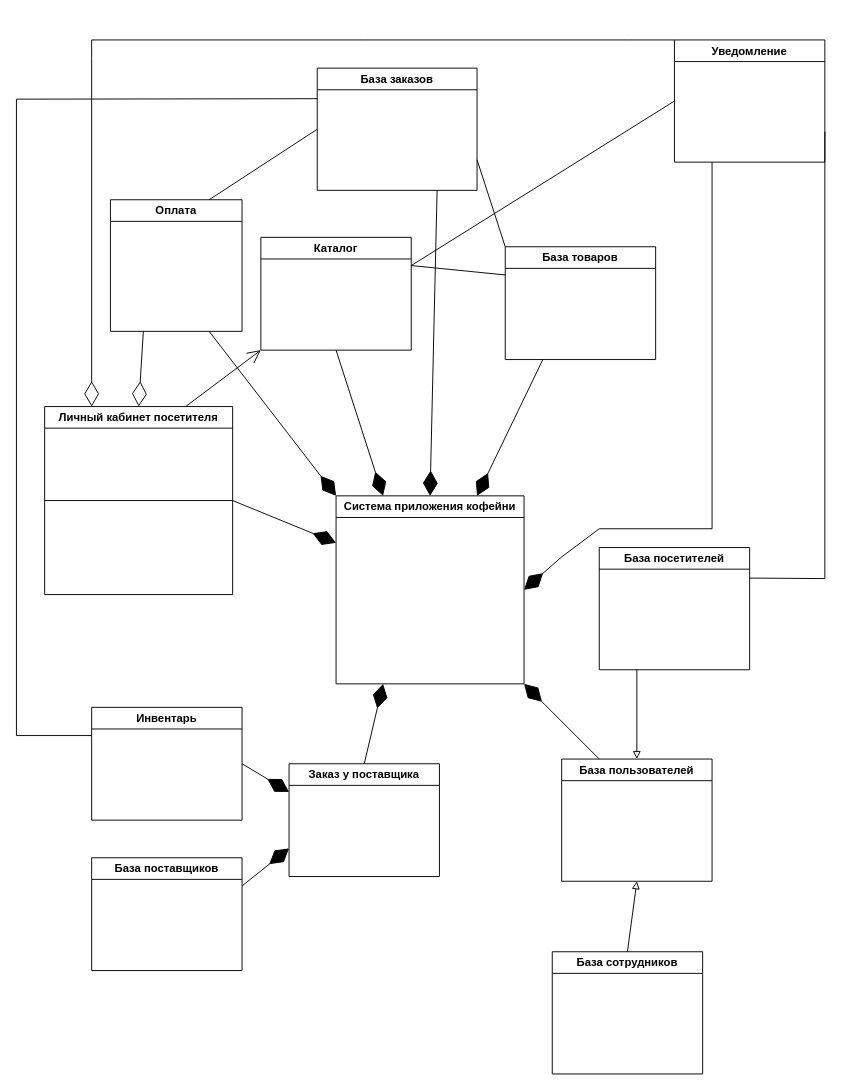
Earlier version of the draw.io diagram AKMS_5.drawio (mopsin666/AKMS). Source tidied: cells renumbered, new cells numbered last; positions are measured from the earlier drawing's top-left corner, leaving out a move shared by most shapes. Both pictures are drawn from the tidied source at 94%, with x=0, y=0 at pixel (16, 39).
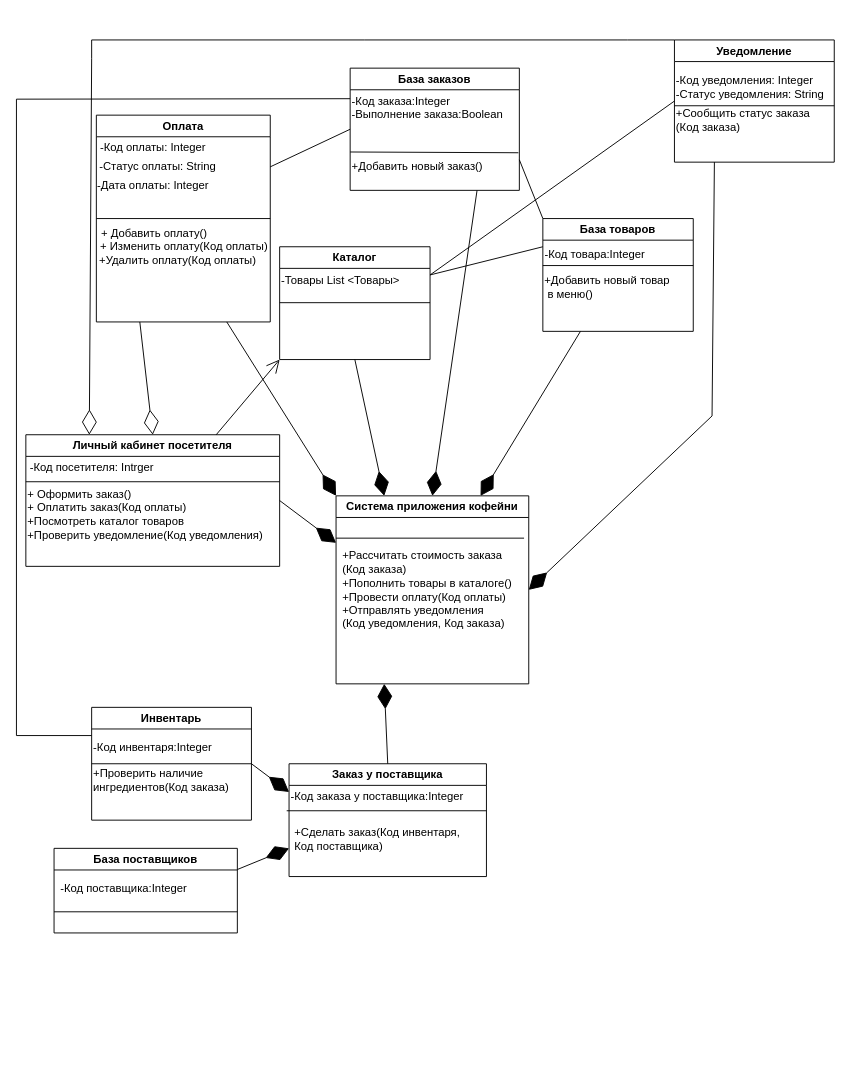
After the change.

What changed in the source:
```diff
@@
     <mxCell id="2" value="Личный кабинет посетителя" style="swimlane;whiteSpace=wrap;html=1;" parent="1" vertex="1">
-      <mxGeometry x="30" y="390" width="200" height="200" as="geometry" />
+      <mxGeometry x="10" y="420" width="270" height="140" as="geometry" />
     </mxCell>
-    <mxCell id="3" style="endArrow=none;html=1;rounded=0;entryX=0;entryY=0.5;entryDx=0;entryDy=0;exitX=1;exitY=0.5;exitDx=0;exitDy=0;" parent="1" edge="1" source="2" target="2">
-      <mxGeometry relative="1" as="geometry" />
+    <mxCell id="3" style="endArrow=none;html=1;rounded=0;entryX=0;entryY=0.5;entryDx=0;entryDy=0;" parent="2" edge="1">
+      <mxGeometry relative="1" as="geometry">
+        <mxPoint x="270" y="50" as="sourcePoint" />
+        <mxPoint y="50" as="targetPoint" />
+      </mxGeometry>
     </mxCell>
+    <mxCell id="37" value="-Код посетителя: Intrger" style="text;html=1;align=center;verticalAlign=middle;strokeColor=none;fillColor=none;" parent="2" vertex="1">
+      <mxGeometry x="-10" y="20" width="160" height="30" as="geometry" />
+    </mxCell>
+    <mxCell id="38" value="+ Оформить заказ()&amp;nbsp; &amp;nbsp; &amp;nbsp; &amp;nbsp; &amp;nbsp; &amp;nbsp; &amp;nbsp; &amp;nbsp; &amp;nbsp;&lt;div&gt;+ Оплатить заказ(Код оплаты)&lt;/div&gt;&lt;div style=&quot;&quot;&gt;+Посмотреть каталог товаров&lt;/div&gt;&lt;div style=&quot;&quot;&gt;+Проверить уведомление(Код уведомления)&lt;/div&gt;" style="text;html=1;align=left;verticalAlign=middle;strokeColor=none;fillColor=none;" parent="2" vertex="1">
+      <mxGeometry y="50" width="270" height="70" as="geometry" />
+    </mxCell>
     <mxCell id="4" value="Оплата" style="swimlane;whiteSpace=wrap;html=1;" parent="1" vertex="1">
-      <mxGeometry x="100" y="170" width="140" height="140" as="geometry" />
+      <mxGeometry x="85" y="80" width="185" height="220" as="geometry" />
     </mxCell>
+    <mxCell id="39" value="-Код оплаты: Integer" style="text;html=1;align=center;verticalAlign=middle;strokeColor=none;fillColor=none;" parent="4" vertex="1">
+      <mxGeometry x="-10" y="20" width="140" height="30" as="geometry" />
+    </mxCell>
+    <mxCell id="40" value="-Статус оплаты: String" style="text;html=1;align=center;verticalAlign=middle;strokeColor=none;fillColor=none;" parent="4" vertex="1">
+      <mxGeometry x="-10" y="40" width="150" height="30" as="geometry" />
+    </mxCell>
+    <mxCell id="41" value="-Дата оплаты: Integer" style="text;html=1;align=center;verticalAlign=middle;strokeColor=none;fillColor=none;" parent="4" vertex="1">
+      <mxGeometry x="-10" y="60" width="140" height="30" as="geometry" />
+    </mxCell>
+    <mxCell id="42" value="+ Добавить оплату()&amp;nbsp; &amp;nbsp; &amp;nbsp; &amp;nbsp; &amp;nbsp; &amp;nbsp; &amp;nbsp; &amp;nbsp; &amp;nbsp; &amp;nbsp;&lt;div&gt;+ Изменить оплату(Код оплаты)&lt;/div&gt;&lt;div&gt;+Удалить оплату(Код оплаты)&amp;nbsp; &amp;nbsp;&amp;nbsp;&lt;/div&gt;" style="text;html=1;align=center;verticalAlign=middle;strokeColor=none;fillColor=none;" parent="4" vertex="1">
+      <mxGeometry x="-7.5" y="110" width="200" height="60" as="geometry" />
+    </mxCell>
     <mxCell id="5" value="База заказов" style="swimlane;whiteSpace=wrap;html=1;" parent="1" vertex="1">
-      <mxGeometry x="320" y="30" width="170" height="130" as="geometry" />
+      <mxGeometry x="355" y="30" width="180" height="130" as="geometry" />
     </mxCell>
-    <mxCell id="6" value="База посетителей" style="swimlane;whiteSpace=wrap;html=1;" parent="1" vertex="1">
-      <mxGeometry x="620" y="540" width="160" height="130" as="geometry" />
-    </mxCell>
-    <mxCell id="7" value="База сотрудников" style="swimlane;whiteSpace=wrap;html=1;" parent="1" vertex="1">
-      <mxGeometry x="570" y="970" width="160" height="130" as="geometry" />
-    </mxCell>
+    <mxCell id="43" style="endArrow=none;html=1;rounded=0;entryX=0;entryY=0.5;entryDx=0;entryDy=0;" parent="5" edge="1">
+      <mxGeometry relative="1" as="geometry">
+        <mxPoint x="179" y="90" as="sourcePoint" />
+        <mxPoint y="89.2" as="targetPoint" />
+      </mxGeometry>
+    </mxCell>
+    <mxCell id="44" value="-Код заказа:Integer&lt;div&gt;-Выполнение заказа:Boolean&lt;br&gt;&lt;div&gt;&lt;br&gt;&lt;/div&gt;&lt;/div&gt;" style="text;html=1;align=left;verticalAlign=middle;strokeColor=none;fillColor=none;" parent="5" vertex="1">
+      <mxGeometry y="20" width="180" height="60" as="geometry" />
+    </mxCell>
+    <mxCell id="45" value="+Добавить новый заказ()" style="text;html=1;align=left;verticalAlign=middle;strokeColor=none;fillColor=none;" parent="5" vertex="1">
+      <mxGeometry y="90" width="160" height="30" as="geometry" />
+    </mxCell>
     <mxCell id="8" value="Система приложения кофейни" style="swimlane;whiteSpace=wrap;html=1;" parent="1" vertex="1">
-      <mxGeometry x="340" y="485" width="200" height="200" as="geometry" />
+      <mxGeometry x="340" y="485" width="205" height="200" as="geometry" />
     </mxCell>
-    <mxCell id="9" value="База пользователей" style="swimlane;whiteSpace=wrap;html=1;" parent="1" vertex="1">
-      <mxGeometry x="580" y="765" width="160" height="130" as="geometry" />
-    </mxCell>
+    <mxCell id="46" style="endArrow=none;html=1;rounded=0;entryX=0;entryY=0.5;entryDx=0;entryDy=0;exitX=1;exitY=0.5;exitDx=0;exitDy=0;" parent="8" edge="1">
+      <mxGeometry relative="1" as="geometry">
+        <mxPoint x="200" y="45" as="sourcePoint" />
+        <mxPoint y="45" as="targetPoint" />
+      </mxGeometry>
+    </mxCell>
+    <mxCell id="47" value="+Рассчитать стоимость заказа&lt;div&gt;(Код заказа)&lt;div&gt;+Пополнить товары в каталоге()&lt;/div&gt;&lt;div&gt;+Провести оплату(Код оплаты)&lt;/div&gt;&lt;div&gt;+Отправлять уведомления&lt;/div&gt;&lt;div&gt;(Код уведомления, Код заказа)&lt;/div&gt;&lt;/div&gt;" style="text;html=1;align=left;verticalAlign=middle;strokeColor=none;fillColor=none;" parent="8" vertex="1">
+      <mxGeometry x="5" y="50" width="200" height="100" as="geometry" />
+    </mxCell>
     <mxCell id="10" value="Уведомление" style="swimlane;whiteSpace=wrap;html=1;" parent="1" vertex="1">
-      <mxGeometry x="700" width="160" height="130" as="geometry" />
+      <mxGeometry x="700" width="170" height="130" as="geometry" />
     </mxCell>
+    <mxCell id="48" style="endArrow=none;html=1;rounded=0;entryX=0;entryY=0.5;entryDx=0;entryDy=0;" parent="10" edge="1">
+      <mxGeometry relative="1" as="geometry">
+        <mxPoint x="170" y="70" as="sourcePoint" />
+        <mxPoint y="70" as="targetPoint" />
+      </mxGeometry>
+    </mxCell>
+    <mxCell id="49" value="-Код уведомления: Integer&lt;div&gt;-Статус уведомления: String&lt;/div&gt;" style="text;html=1;align=left;verticalAlign=middle;strokeColor=none;fillColor=none;" parent="10" vertex="1">
+      <mxGeometry y="30" width="180" height="40" as="geometry" />
+    </mxCell>
+    <mxCell id="50" value="+Сообщить статус заказа&lt;div&gt;(Код заказа)&lt;/div&gt;" style="text;html=1;align=left;verticalAlign=middle;strokeColor=none;fillColor=none;" parent="10" vertex="1">
+      <mxGeometry y="65" width="170" height="40" as="geometry" />
+    </mxCell>
     <mxCell id="11" value="Инвентарь" style="swimlane;whiteSpace=wrap;html=1;" parent="1" vertex="1">
-      <mxGeometry x="80" y="710" width="160" height="120" as="geometry" />
+      <mxGeometry x="80" y="710" width="170" height="120" as="geometry" />
     </mxCell>
+    <mxCell id="51" value="+Проверить наличие&amp;nbsp;&lt;div&gt;ингредиентов(Код заказа)&lt;/div&gt;" style="text;html=1;align=left;verticalAlign=middle;strokeColor=none;fillColor=none;" parent="11" vertex="1">
+      <mxGeometry y="58" width="170" height="40" as="geometry" />
+    </mxCell>
+    <mxCell id="52" style="endArrow=none;html=1;rounded=0;" parent="11" edge="1">
+      <mxGeometry relative="1" as="geometry">
+        <mxPoint x="170" y="60" as="sourcePoint" />
+        <mxPoint y="60" as="targetPoint" />
+      </mxGeometry>
+    </mxCell>
+    <mxCell id="53" value="-Код инвентаря:Integer" style="text;html=1;align=left;verticalAlign=middle;strokeColor=none;fillColor=none;" parent="11" vertex="1">
+      <mxGeometry y="28" width="150" height="30" as="geometry" />
+    </mxCell>
     <mxCell id="12" value="База поставщиков" style="swimlane;whiteSpace=wrap;html=1;" parent="1" vertex="1">
-      <mxGeometry x="80" y="870" width="160" height="120" as="geometry" />
+      <mxGeometry x="40" y="860" width="195" height="90" as="geometry" />
     </mxCell>
+    <mxCell id="54" value="-Код поставщика:Integer" style="text;html=1;align=left;verticalAlign=middle;strokeColor=none;fillColor=none;" parent="12" vertex="1">
+      <mxGeometry x="5" y="28" width="160" height="30" as="geometry" />
+    </mxCell>
     <mxCell id="13" value="Заказ у поставщика" style="swimlane;whiteSpace=wrap;html=1;" parent="1" vertex="1">
-      <mxGeometry x="290" y="770" width="160" height="120" as="geometry" />
+      <mxGeometry x="290" y="770" width="210" height="120" as="geometry" />
     </mxCell>
+    <mxCell id="55" value="+Сделать заказ(Код инвентаря,&amp;nbsp;&lt;div&gt;Код поставщика)&lt;/div&gt;" style="text;html=1;align=left;verticalAlign=middle;strokeColor=none;fillColor=none;" parent="13" vertex="1">
+      <mxGeometry x="4" y="60" width="200" height="40" as="geometry" />
+    </mxCell>
+    <mxCell id="56" style="endArrow=none;html=1;rounded=0;entryX=0;entryY=0.5;entryDx=0;entryDy=0;" parent="13" edge="1">
+      <mxGeometry relative="1" as="geometry">
+        <mxPoint x="210" y="50" as="sourcePoint" />
+        <mxPoint x="-2.5" y="50" as="targetPoint" />
+      </mxGeometry>
+    </mxCell>
+    <mxCell id="57" value="-Код заказа у поставщика:Integer" style="text;html=1;align=left;verticalAlign=middle;strokeColor=none;fillColor=none;" parent="13" vertex="1">
+      <mxGeometry y="20" width="210" height="30" as="geometry" />
+    </mxCell>
     <mxCell id="14" value="Каталог" style="swimlane;whiteSpace=wrap;html=1;" parent="1" vertex="1">
-      <mxGeometry x="260" y="210" width="160" height="120" as="geometry" />
+      <mxGeometry x="280" y="220" width="160" height="120" as="geometry" />
     </mxCell>
+    <mxCell id="58" value="-Товары List &amp;lt;Товары&amp;gt;&lt;div&gt;&lt;br&gt;&lt;/div&gt;" style="text;html=1;align=left;verticalAlign=middle;strokeColor=none;fillColor=none;" parent="14" vertex="1">
+      <mxGeometry y="23" width="150" height="40" as="geometry" />
+    </mxCell>
+    <mxCell id="59" style="endArrow=none;html=1;rounded=0;entryX=0;entryY=0.5;entryDx=0;entryDy=0;exitX=1;exitY=0.5;exitDx=0;exitDy=0;" parent="14" edge="1">
+      <mxGeometry relative="1" as="geometry">
+        <mxPoint x="160" y="59.5" as="sourcePoint" />
+        <mxPoint y="59.5" as="targetPoint" />
+      </mxGeometry>
+    </mxCell>
     <mxCell id="15" value="База товаров" style="swimlane;whiteSpace=wrap;html=1;" parent="1" vertex="1">
-      <mxGeometry x="520" y="220" width="160" height="120" as="geometry" />
+      <mxGeometry x="560" y="190" width="160" height="120" as="geometry" />
     </mxCell>
+    <mxCell id="60" value="&lt;span style=&quot;text-align: left;&quot;&gt;-Код товара:Integer&lt;/span&gt;" style="text;html=1;align=center;verticalAlign=middle;strokeColor=none;fillColor=none;" parent="15" vertex="1">
+      <mxGeometry x="-10" y="23" width="130" height="30" as="geometry" />
+    </mxCell>
+    <mxCell id="61" style="endArrow=none;html=1;rounded=0;entryX=0;entryY=0.5;entryDx=0;entryDy=0;exitX=1;exitY=0.5;exitDx=0;exitDy=0;" parent="15" edge="1">
+      <mxGeometry relative="1" as="geometry">
+        <mxPoint x="160" y="50" as="sourcePoint" />
+        <mxPoint y="50" as="targetPoint" />
+      </mxGeometry>
+    </mxCell>
+    <mxCell id="62" value="+Добавить новый&amp;nbsp;&lt;span style=&quot;background-color: transparent; color: light-dark(rgb(0, 0, 0), rgb(255, 255, 255));&quot;&gt;товар&lt;/span&gt;&lt;div&gt;&lt;span style=&quot;background-color: transparent; color: light-dark(rgb(0, 0, 0), rgb(255, 255, 255));&quot;&gt;&amp;nbsp;в меню()&lt;/span&gt;&lt;/div&gt;" style="text;html=1;align=left;verticalAlign=middle;strokeColor=none;fillColor=none;" parent="15" vertex="1">
+      <mxGeometry y="53" width="160" height="40" as="geometry" />
+    </mxCell>
@@
     <mxCell id="21" style="endArrow=diamondThin;endFill=1;endSize=24;html=1;rounded=0;exitX=0.25;exitY=1;exitDx=0;exitDy=0;entryX=1;entryY=0.5;entryDx=0;entryDy=0;" parent="1" edge="1" source="10" target="8">
       <mxGeometry relative="1" as="geometry">
         <Array as="points">
-          <mxPoint x="740" y="520" />
-          <mxPoint x="620" y="520" />
-          <mxPoint x="580" y="550" />
+          <mxPoint x="740" y="400" />
         </Array>
       </mxGeometry>
     </mxCell>
-    <mxCell id="22" style="endArrow=diamondThin;endFill=1;endSize=24;html=1;rounded=0;exitX=0.25;exitY=0;exitDx=0;exitDy=0;entryX=1;entryY=1;entryDx=0;entryDy=0;" parent="1" edge="1" source="9" target="8">
-      <mxGeometry relative="1" as="geometry" />
-    </mxCell>
@@
-    <mxCell id="26" style="endArrow=block;html=1;rounded=0;endFill=0;exitX=0.25;exitY=1;exitDx=0;exitDy=0;entryX=0.5;entryY=0;entryDx=0;entryDy=0;" parent="1" edge="1" source="6" target="9">
-      <mxGeometry relative="1" as="geometry" />
-    </mxCell>
-    <mxCell id="27" style="endArrow=block;html=1;rounded=0;endFill=0;entryX=0.5;entryY=1;entryDx=0;entryDy=0;exitX=0.5;exitY=0;exitDx=0;exitDy=0;" parent="1" edge="1" source="7" target="9">
-      <mxGeometry relative="1" as="geometry" />
-    </mxCell>
@@
-    <mxCell id="34" style="endArrow=none;html=1;rounded=0;exitX=1;exitY=0.75;exitDx=0;exitDy=0;entryX=1;entryY=0.25;entryDx=0;entryDy=0;" parent="1" edge="1" source="10" target="6">
-      <mxGeometry relative="1" as="geometry">
-        <Array as="points">
-          <mxPoint x="860" y="120" />
-          <mxPoint x="860" y="573" />
-        </Array>
-      </mxGeometry>
-    </mxCell>
-    <mxCell id="35" style="endArrow=none;html=1;rounded=0;exitX=0.75;exitY=0;exitDx=0;exitDy=0;entryX=0;entryY=0.5;entryDx=0;entryDy=0;" parent="1" edge="1" source="4" target="5">
+    <mxCell id="35" style="endArrow=none;html=1;rounded=0;exitX=1;exitY=0.25;exitDx=0;exitDy=0;entryX=0;entryY=0.5;entryDx=0;entryDy=0;" parent="1" edge="1" source="4" target="5">
       <mxGeometry relative="1" as="geometry" />
     </mxCell>
@@
+    <mxCell id="63" style="endArrow=none;html=1;rounded=0;entryX=0;entryY=0.5;entryDx=0;entryDy=0;exitX=1;exitY=0.5;exitDx=0;exitDy=0;" parent="1" edge="1" source="4" target="4">
+      <mxGeometry relative="1" as="geometry" />
+    </mxCell>
+    <mxCell id="64" style="endArrow=none;html=1;rounded=0;entryX=0;entryY=0.75;entryDx=0;entryDy=0;exitX=1;exitY=0.75;exitDx=0;exitDy=0;" parent="1" edge="1" source="12" target="12">
+      <mxGeometry relative="1" as="geometry" />
+    </mxCell>
```
